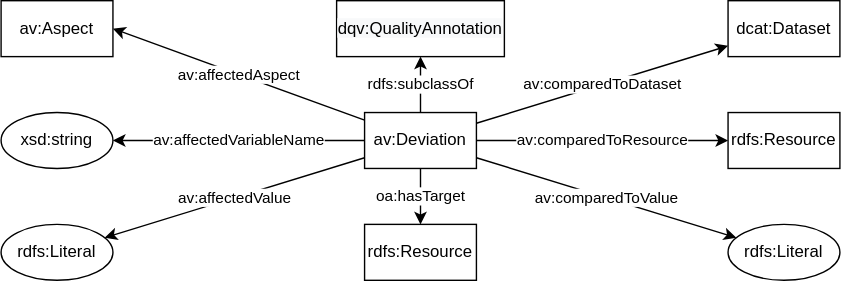
Before: deviationGraph.svg, a diagram exported from draw.io (fusion-jena/abecto-vocabulary). Source tidied: cells renumbered, new cells last; positions are measured from the earlier drawing's top-left corner, leaving out a move shared by most shapes.
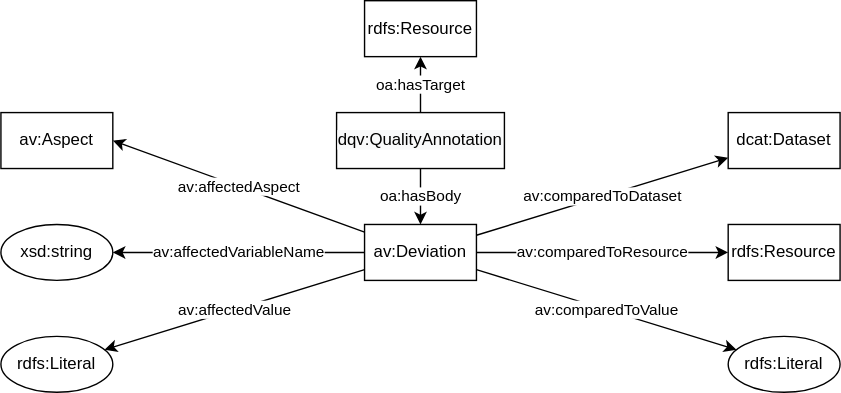
Later version of the same file.

What changed in the source:
```diff
@@ -38,14 +38,14 @@
     <mxCell id="13" value="&lt;meta charset=&quot;utf-8&quot;&gt;&lt;span style=&quot;color: rgb(0, 0, 0); font-family: helvetica; font-size: 12px; font-style: normal; font-weight: 400; letter-spacing: normal; text-align: left; text-indent: 0px; text-transform: none; word-spacing: 0px; background-color: rgb(248, 249, 250); display: inline; float: none;&quot;&gt;dqv:QualityAnnotation&lt;/span&gt;" style="whiteSpace=wrap;html=1;" parent="1" vertex="1">
       <mxGeometry x="240" width="120" height="40" as="geometry" />
     </mxCell>
-    <mxCell id="14" value="oa:hasTarget" style="edgeStyle=none;rounded=0;jettySize=auto;html=1;" parent="1" edge="1" source="4" target="16">
+    <mxCell id="14" value="oa:hasTarget" style="edgeStyle=none;rounded=0;jettySize=auto;html=1;" parent="1" edge="1" source="13" target="16">
       <mxGeometry relative="1" as="geometry" />
     </mxCell>
-    <mxCell id="15" value="rdfs:subclassOf" style="edgeStyle=none;rounded=0;jettySize=auto;html=1;" parent="1" edge="1" source="4" target="13">
+    <mxCell id="15" value="oa:hasBody" style="edgeStyle=none;rounded=0;jettySize=auto;html=1;" parent="1" edge="1" source="13" target="4">
       <mxGeometry relative="1" as="geometry" />
     </mxCell>
     <mxCell id="16" value="rdfs:Resource" style="whiteSpace=wrap;html=1;" parent="1" vertex="1">
-      <mxGeometry x="260" y="160" width="80" height="40" as="geometry" />
+      <mxGeometry x="260" y="-80" width="80" height="40" as="geometry" />
     </mxCell>
     <mxCell id="17" value="rdfs:Literal" style="ellipse;whiteSpace=wrap;html=1;" parent="1" vertex="1">
       <mxGeometry y="160" width="80" height="40" as="geometry" />
```
